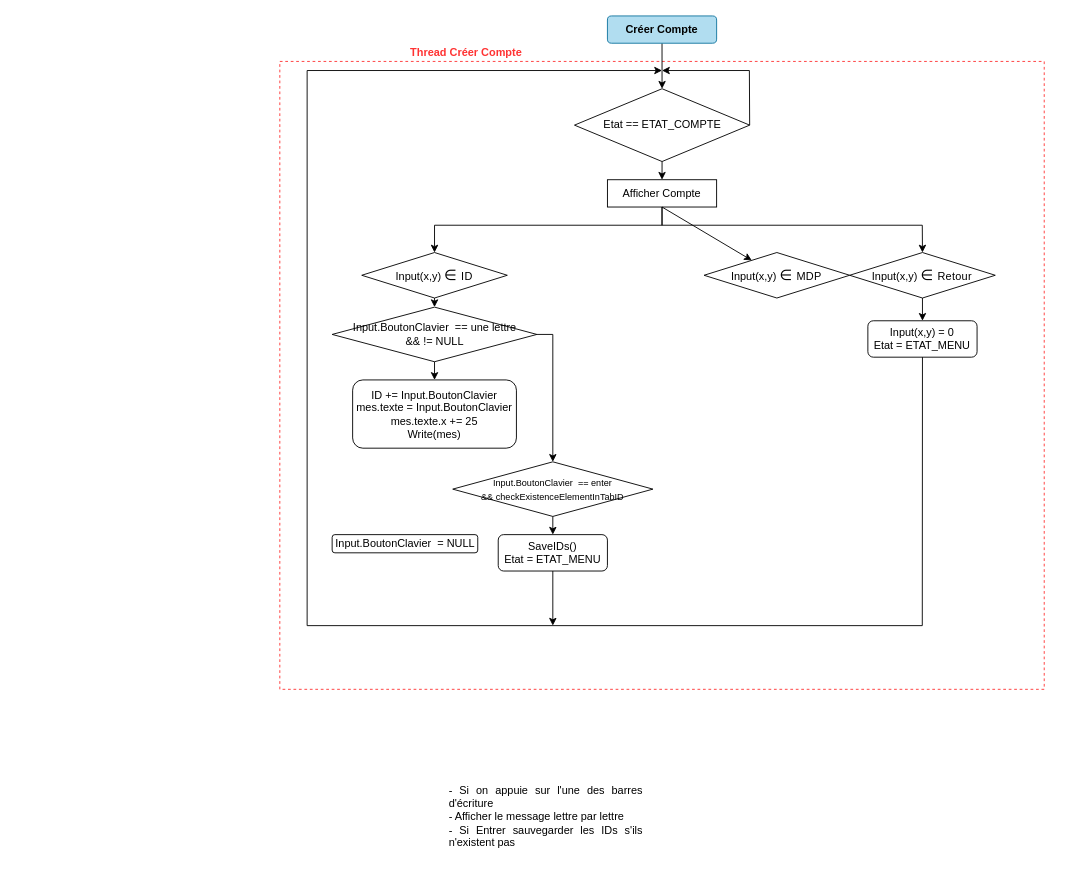
Above: page "Créer Compte Thread" (3 of 4) of AffichageBottle.drawio in lucasmaisonnave/BottleV2 (draw.io), before the change. Source tidied: cells renumbered, new cells numbered last; positions are measured from the earlier drawing's top-left corner, leaving out a move shared by most shapes. Both pictures are drawn from the tidied source at 91%, with x=0, y=0 at pixel (279, 15).
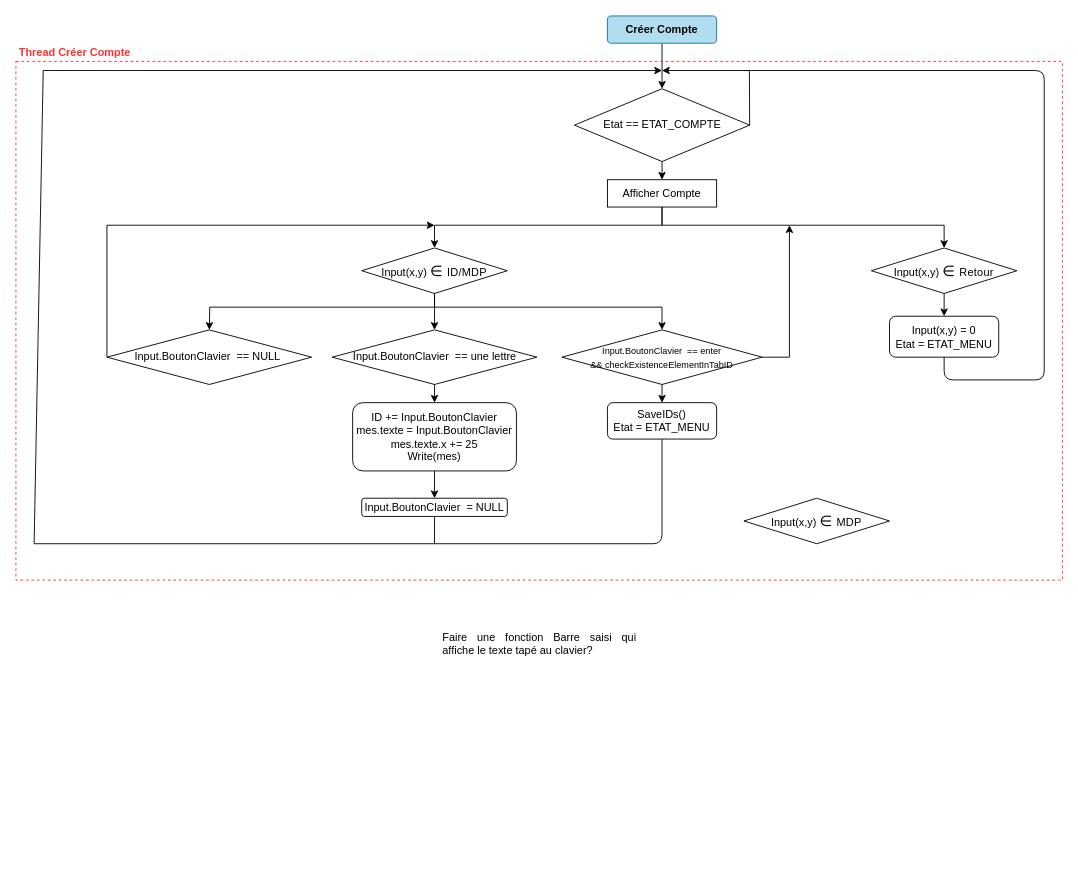
Above is the later version.

The change refers to these unchanged cells:
```xml
<mxCell id="12" value="Afficher Compte" style="rounded=0;whiteSpace=wrap;html=1;strokeColor=#000000;fillColor=none;gradientColor=none;fontColor=#000000;" parent="1" vertex="1">
  <mxGeometry x="360" y="180" width="120" height="30" as="geometry" />
</mxCell>
```

What changed in the source:
```diff
@@
-    <mxCell id="2" style="whiteSpace=wrap;html=1;dashed=1;fillColor=none;strokeColor=#FF3333;" parent="1" vertex="1">
-      <mxGeometry y="50" width="840" height="690" as="geometry" />
-    </mxCell>
     <mxCell id="3" value="Thread Créer Compte" style="text;html=1;strokeColor=none;fillColor=none;align=center;verticalAlign=middle;whiteSpace=wrap;rounded=0;fontStyle=1;fontColor=#FF3333;" parent="1" vertex="1">
-      <mxGeometry x="140" y="30" width="130" height="20" as="geometry" />
+      <mxGeometry x="-290" y="30" width="130" height="20" as="geometry" />
     </mxCell>
@@
+    <mxCell id="11" style="edgeStyle=none;rounded=0;jettySize=auto;html=1;exitX=0.5;exitY=1;exitDx=0;exitDy=0;entryX=0.5;entryY=0;entryDx=0;entryDy=0;fontColor=#000000;" parent="1" edge="1" source="12" target="20">
+      <mxGeometry relative="1" as="geometry">
+        <Array as="points">
+          <mxPoint x="420" y="230" />
+          <mxPoint x="170" y="230" />
+        </Array>
+      </mxGeometry>
+    </mxCell>
     <mxCell id="9" style="edgeStyle=none;rounded=0;jettySize=auto;html=1;exitX=0.5;exitY=1;exitDx=0;exitDy=0;entryX=0.5;entryY=0;entryDx=0;entryDy=0;fontColor=#000000;" parent="1" edge="1" source="12" target="14">
       <mxGeometry relative="1" as="geometry">
         <Array as="points">
           <mxPoint x="420" y="230" />
-          <mxPoint x="706" y="230" />
+          <mxPoint x="730" y="230" />
         </Array>
       </mxGeometry>
     </mxCell>
-    <mxCell id="10" style="edgeStyle=none;rounded=0;jettySize=auto;html=1;exitX=0.5;exitY=1;exitDx=0;exitDy=0;fontColor=#000000;" parent="1" edge="1" source="12" target="18">
-      <mxGeometry relative="1" as="geometry" />
-    </mxCell>
-    <mxCell id="11" style="edgeStyle=none;rounded=0;jettySize=auto;html=1;exitX=0.5;exitY=1;exitDx=0;exitDy=0;entryX=0.5;entryY=0;entryDx=0;entryDy=0;fontColor=#000000;" parent="1" edge="1" source="12" target="20">
-      <mxGeometry relative="1" as="geometry">
-        <Array as="points">
-          <mxPoint x="420" y="230" />
-          <mxPoint x="170" y="230" />
-        </Array>
-      </mxGeometry>
-    </mxCell>
@@
     <mxCell id="14" value="&lt;font color=&quot;#000000&quot;&gt;Input(x,y)&amp;nbsp;&lt;/font&gt;&lt;span style=&quot;color: rgb(0 , 0 , 0) ; font-family: &amp;#34;open sans&amp;#34; ; font-size: 16px ; letter-spacing: 0.3px&quot;&gt;∈ &lt;/span&gt;&lt;span style=&quot;color: rgb(0 , 0 , 0) ; letter-spacing: 0.3px&quot;&gt;&lt;font style=&quot;font-size: 12px&quot;&gt;Retour&lt;/font&gt;&lt;/span&gt;" style="rhombus;whiteSpace=wrap;html=1;strokeColor=#000000;fillColor=none;gradientColor=none;fontColor=#FF3333;" parent="1" vertex="1">
-      <mxGeometry x="626.2" y="260" width="160" height="50" as="geometry" />
+      <mxGeometry x="650" y="255" width="160" height="50" as="geometry" />
     </mxCell>
-    <mxCell id="15" style="edgeStyle=none;rounded=0;jettySize=auto;html=1;exitX=0.5;exitY=1;exitDx=0;exitDy=0;fontColor=#000000;" parent="1" edge="1" source="16">
-      <mxGeometry relative="1" as="geometry">
-        <mxPoint x="420" y="60" as="targetPoint" />
-        <Array as="points">
-          <mxPoint x="706" y="670" />
-          <mxPoint x="30" y="670" />
-          <mxPoint x="30" y="60" />
-        </Array>
-      </mxGeometry>
-    </mxCell>
     <mxCell id="16" value="Input(x,y) = 0&lt;br&gt;Etat = ETAT_MENU" style="rounded=1;whiteSpace=wrap;html=1;strokeColor=#000000;fillColor=none;gradientColor=none;fontColor=#000000;" parent="1" vertex="1">
-      <mxGeometry x="646.2" y="335" width="120" height="40" as="geometry" />
+      <mxGeometry x="670" y="330" width="120" height="45" as="geometry" />
     </mxCell>
-    <mxCell id="17" value="&lt;div style=&quot;text-align: justify&quot;&gt;&lt;span&gt;- Si on appuie sur l'une des barres d'écriture&lt;/span&gt;&lt;/div&gt;&lt;div style=&quot;text-align: justify&quot;&gt;&lt;span&gt;- Afficher le message lettre par lettre&lt;/span&gt;&lt;/div&gt;&lt;div style=&quot;text-align: justify&quot;&gt;&lt;span&gt;- Si Entrer sauvegarder les IDs s'ils n'existent pas&lt;/span&gt;&lt;/div&gt;" style="text;html=1;strokeColor=none;fillColor=none;align=center;verticalAlign=middle;whiteSpace=wrap;rounded=0;fontColor=#000000;" parent="1" vertex="1">
-      <mxGeometry x="185" y="820" width="215" height="120" as="geometry" />
+    <mxCell id="17" value="&lt;div style=&quot;text-align: justify&quot;&gt;Faire une fonction Barre saisi qui affiche le texte tapé au clavier?&lt;/div&gt;" style="text;html=1;strokeColor=none;fillColor=none;align=center;verticalAlign=middle;whiteSpace=wrap;rounded=0;fontColor=#000000;" parent="1" vertex="1">
+      <mxGeometry x="177.5" y="630" width="215" height="120" as="geometry" />
     </mxCell>
     <mxCell id="18" value="&lt;font color=&quot;#000000&quot;&gt;Input(x,y)&amp;nbsp;&lt;/font&gt;&lt;span style=&quot;color: rgb(0 , 0 , 0) ; font-family: &amp;#34;open sans&amp;#34; ; font-size: 16px ; letter-spacing: 0.3px&quot;&gt;∈ &lt;/span&gt;&lt;span style=&quot;color: rgb(0 , 0 , 0) ; letter-spacing: 0.3px&quot;&gt;&lt;font style=&quot;font-size: 12px&quot;&gt;MDP&lt;/font&gt;&lt;/span&gt;" style="rhombus;whiteSpace=wrap;html=1;strokeColor=#000000;fillColor=none;gradientColor=none;fontColor=#FF3333;" parent="1" vertex="1">
-      <mxGeometry x="466.2" y="260" width="160" height="50" as="geometry" />
+      <mxGeometry x="510" y="530" width="160" height="50" as="geometry" />
     </mxCell>
@@
+    <mxCell id="30" style="edgeStyle=none;rounded=0;jettySize=auto;html=1;exitX=0.5;exitY=1;exitDx=0;exitDy=0;entryX=0.5;entryY=0;entryDx=0;entryDy=0;fontColor=#000000;" parent="1" edge="1" source="20" target="26">
+      <mxGeometry relative="1" as="geometry">
+        <Array as="points">
+          <mxPoint x="170" y="320" />
+          <mxPoint x="420" y="320" />
+        </Array>
+      </mxGeometry>
+    </mxCell>
+    <mxCell id="31" style="edgeStyle=none;rounded=0;jettySize=auto;html=1;exitX=0.5;exitY=1;exitDx=0;exitDy=0;entryX=0.5;entryY=0;entryDx=0;entryDy=0;fontColor=#000000;" parent="1" edge="1" source="20" target="36">
+      <mxGeometry relative="1" as="geometry">
+        <Array as="points">
+          <mxPoint x="170" y="320" />
+          <mxPoint x="-77" y="320" />
+        </Array>
+      </mxGeometry>
+    </mxCell>
-    <mxCell id="20" value="&lt;font color=&quot;#000000&quot;&gt;Input(x,y)&amp;nbsp;&lt;/font&gt;&lt;span style=&quot;color: rgb(0 , 0 , 0) ; font-family: &amp;#34;open sans&amp;#34; ; font-size: 16px ; letter-spacing: 0.3px&quot;&gt;∈ &lt;/span&gt;&lt;span style=&quot;color: rgb(0 , 0 , 0) ; letter-spacing: 0.3px&quot;&gt;&lt;font style=&quot;font-size: 12px&quot;&gt;ID&lt;/font&gt;&lt;/span&gt;" style="rhombus;whiteSpace=wrap;html=1;strokeColor=#000000;fillColor=none;gradientColor=none;fontColor=#FF3333;" parent="1" vertex="1">
-      <mxGeometry x="90" y="260" width="160" height="50" as="geometry" />
+    <mxCell id="20" value="&lt;font color=&quot;#000000&quot;&gt;Input(x,y)&amp;nbsp;&lt;/font&gt;&lt;span style=&quot;color: rgb(0 , 0 , 0) ; font-family: &amp;#34;open sans&amp;#34; ; font-size: 16px ; letter-spacing: 0.3px&quot;&gt;∈ &lt;/span&gt;&lt;span style=&quot;color: rgb(0 , 0 , 0) ; letter-spacing: 0.3px&quot;&gt;&lt;font style=&quot;font-size: 12px&quot;&gt;ID/MDP&lt;/font&gt;&lt;/span&gt;" style="rhombus;whiteSpace=wrap;html=1;strokeColor=#000000;fillColor=none;gradientColor=none;fontColor=#FF3333;" parent="1" vertex="1">
+      <mxGeometry x="90" y="255" width="160" height="50" as="geometry" />
     </mxCell>
@@
-    <mxCell id="22" style="edgeStyle=none;rounded=0;jettySize=auto;html=1;exitX=1;exitY=0.5;exitDx=0;exitDy=0;entryX=0.5;entryY=0;entryDx=0;entryDy=0;fontColor=#000000;" parent="1" edge="1" source="23" target="26">
-      <mxGeometry relative="1" as="geometry">
-        <Array as="points">
-          <mxPoint x="300" y="350" />
-        </Array>
-      </mxGeometry>
-    </mxCell>
-    <mxCell id="23" value="&lt;font color=&quot;#000000&quot;&gt;Input.BoutonClavier&amp;nbsp; == une lettre &lt;br&gt;&amp;amp;&amp;amp; != NULL&lt;/font&gt;" style="rhombus;whiteSpace=wrap;html=1;strokeColor=#000000;fillColor=none;gradientColor=none;fontColor=#FF3333;" parent="1" vertex="1">
-      <mxGeometry x="57.5" y="320" width="225" height="60" as="geometry" />
+    <mxCell id="23" value="&lt;font color=&quot;#000000&quot;&gt;Input.BoutonClavier&amp;nbsp; == une lettre &lt;br&gt;&lt;/font&gt;" style="rhombus;whiteSpace=wrap;html=1;strokeColor=#000000;fillColor=none;gradientColor=none;fontColor=#FF3333;" parent="1" vertex="1">
+      <mxGeometry x="57.5" y="345" width="225" height="60" as="geometry" />
     </mxCell>
+    <mxCell id="32" style="edgeStyle=none;rounded=0;jettySize=auto;html=1;exitX=0.5;exitY=1;exitDx=0;exitDy=0;entryX=0.5;entryY=0;entryDx=0;entryDy=0;fontColor=#000000;" parent="1" edge="1" source="24" target="29">
+      <mxGeometry relative="1" as="geometry" />
+    </mxCell>
     <mxCell id="24" value="ID += Input.BoutonClavier&lt;br&gt;mes.texte = Input.BoutonClavier&lt;br&gt;mes.texte.x += 25&lt;br&gt;Write(mes)" style="rounded=1;whiteSpace=wrap;html=1;strokeColor=#000000;fillColor=none;gradientColor=none;fontColor=#000000;align=center;" parent="1" vertex="1">
-      <mxGeometry x="80" y="400" width="180" height="75" as="geometry" />
+      <mxGeometry x="80" y="425" width="180" height="75" as="geometry" />
     </mxCell>
@@
+    <mxCell id="33" style="edgeStyle=none;rounded=0;jettySize=auto;html=1;exitX=1;exitY=0.5;exitDx=0;exitDy=0;fontColor=#000000;" parent="1" edge="1" source="26">
+      <mxGeometry relative="1" as="geometry">
+        <mxPoint x="560" y="230" as="targetPoint" />
+        <Array as="points">
+          <mxPoint x="560" y="375" />
+        </Array>
+      </mxGeometry>
+    </mxCell>
     <mxCell id="26" value="&lt;font style=&quot;font-size: 10px&quot;&gt;&lt;font color=&quot;#000000&quot;&gt;Input.BoutonClavier&amp;nbsp; == enter&lt;br&gt;&amp;amp;&amp;amp;&amp;nbsp;&lt;/font&gt;&lt;span&gt;&lt;font color=&quot;#000000&quot;&gt;checkExistenceElementInTabID&lt;/font&gt;&lt;/span&gt;&lt;/font&gt;&lt;font color=&quot;#000000&quot;&gt;&lt;br&gt;&lt;/font&gt;" style="rhombus;whiteSpace=wrap;html=1;strokeColor=#000000;fillColor=none;gradientColor=none;fontColor=#FF3333;" parent="1" vertex="1">
-      <mxGeometry x="190" y="490" width="220" height="60" as="geometry" />
+      <mxGeometry x="310" y="345" width="220" height="60" as="geometry" />
     </mxCell>
-    <mxCell id="27" style="edgeStyle=none;rounded=0;jettySize=auto;html=1;exitX=0.5;exitY=1;exitDx=0;exitDy=0;fontColor=#000000;" parent="1" edge="1" source="28">
-      <mxGeometry relative="1" as="geometry">
-        <mxPoint x="300" y="670" as="targetPoint" />
-      </mxGeometry>
-    </mxCell>
     <mxCell id="28" value="SaveIDs()&lt;br&gt;Etat = ETAT_MENU" style="rounded=1;whiteSpace=wrap;html=1;strokeColor=#000000;fillColor=none;gradientColor=none;fontColor=#000000;" parent="1" vertex="1">
-      <mxGeometry x="240" y="570" width="120" height="40" as="geometry" />
+      <mxGeometry x="360" y="425" width="120" height="40" as="geometry" />
     </mxCell>
+    <mxCell id="34" style="edgeStyle=none;rounded=0;jettySize=auto;html=1;exitX=0.5;exitY=1;exitDx=0;exitDy=0;fontColor=#000000;" parent="1" edge="1" source="29">
+      <mxGeometry relative="1" as="geometry">
+        <mxPoint x="420" y="60" as="targetPoint" />
+        <Array as="points">
+          <mxPoint x="170" y="580" />
+          <mxPoint x="-270" y="580" />
+          <mxPoint x="-260" y="60" />
+        </Array>
+      </mxGeometry>
+    </mxCell>
     <mxCell id="29" value="Input.BoutonClavier&amp;nbsp; = NULL" style="rounded=1;whiteSpace=wrap;html=1;strokeColor=#000000;fillColor=none;gradientColor=none;fontColor=#000000;" parent="1" vertex="1">
-      <mxGeometry x="57.5" y="570" width="160" height="20" as="geometry" />
+      <mxGeometry x="90" y="530" width="160" height="20" as="geometry" />
     </mxCell>
+    <mxCell id="35" style="edgeStyle=none;rounded=0;jettySize=auto;html=1;exitX=0;exitY=0.5;exitDx=0;exitDy=0;fontColor=#000000;" parent="1" edge="1" source="36">
+      <mxGeometry relative="1" as="geometry">
+        <mxPoint x="170" y="230" as="targetPoint" />
+        <Array as="points">
+          <mxPoint x="-190" y="230" />
+        </Array>
+      </mxGeometry>
+    </mxCell>
+    <mxCell id="36" value="&lt;font color=&quot;#000000&quot;&gt;Input.BoutonClavier&amp;nbsp; == NULL&amp;nbsp;&lt;br&gt;&lt;/font&gt;" style="rhombus;whiteSpace=wrap;html=1;strokeColor=#000000;fillColor=none;gradientColor=none;fontColor=#FF3333;" parent="1" vertex="1">
+      <mxGeometry x="-190" y="345" width="225" height="60" as="geometry" />
+    </mxCell>
+    <mxCell id="37" style="endArrow=none;html=1;fontColor=#000000;entryX=0.5;entryY=1;entryDx=0;entryDy=0;" parent="1" edge="1" target="28">
+      <mxGeometry relative="1" as="geometry">
+        <mxPoint x="170" y="580" as="sourcePoint" />
+        <Array as="points">
+          <mxPoint x="420" y="580" />
+        </Array>
+      </mxGeometry>
+    </mxCell>
+    <mxCell id="38" style="endArrow=none;html=1;fontColor=#000000;entryX=0.5;entryY=1;entryDx=0;entryDy=0;" parent="1" edge="1" target="16">
+      <mxGeometry relative="1" as="geometry">
+        <mxPoint x="510" y="60" as="sourcePoint" />
+        <Array as="points">
+          <mxPoint x="840" y="60" />
+          <mxPoint x="840" y="400" />
+          <mxPoint x="730" y="400" />
+        </Array>
+      </mxGeometry>
+    </mxCell>
+    <mxCell id="39" style="whiteSpace=wrap;html=1;dashed=1;fillColor=none;strokeColor=#FF3333;" parent="1" vertex="1">
+      <mxGeometry x="-290" y="50" width="1150" height="570" as="geometry" />
+    </mxCell>
```
